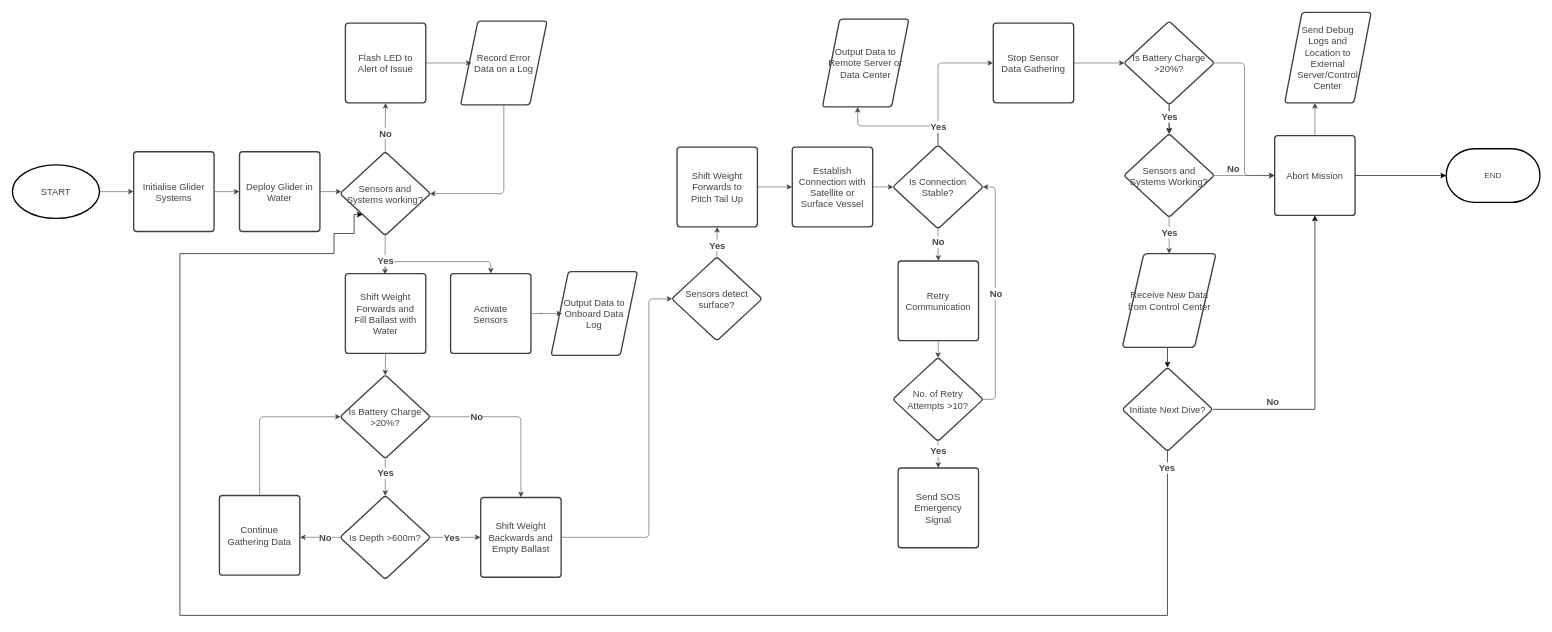
Earlier version of the draw.io diagram Diving Procedure.drawio (Schlubs/UnGlider-EPQ). Source tidied: cells renumbered, new cells numbered last; positions are measured from the earlier drawing's top-left corner, leaving out a move shared by most shapes. Both pictures are drawn from the tidied source at 67%, with x=0, y=0 at pixel (12, 12).
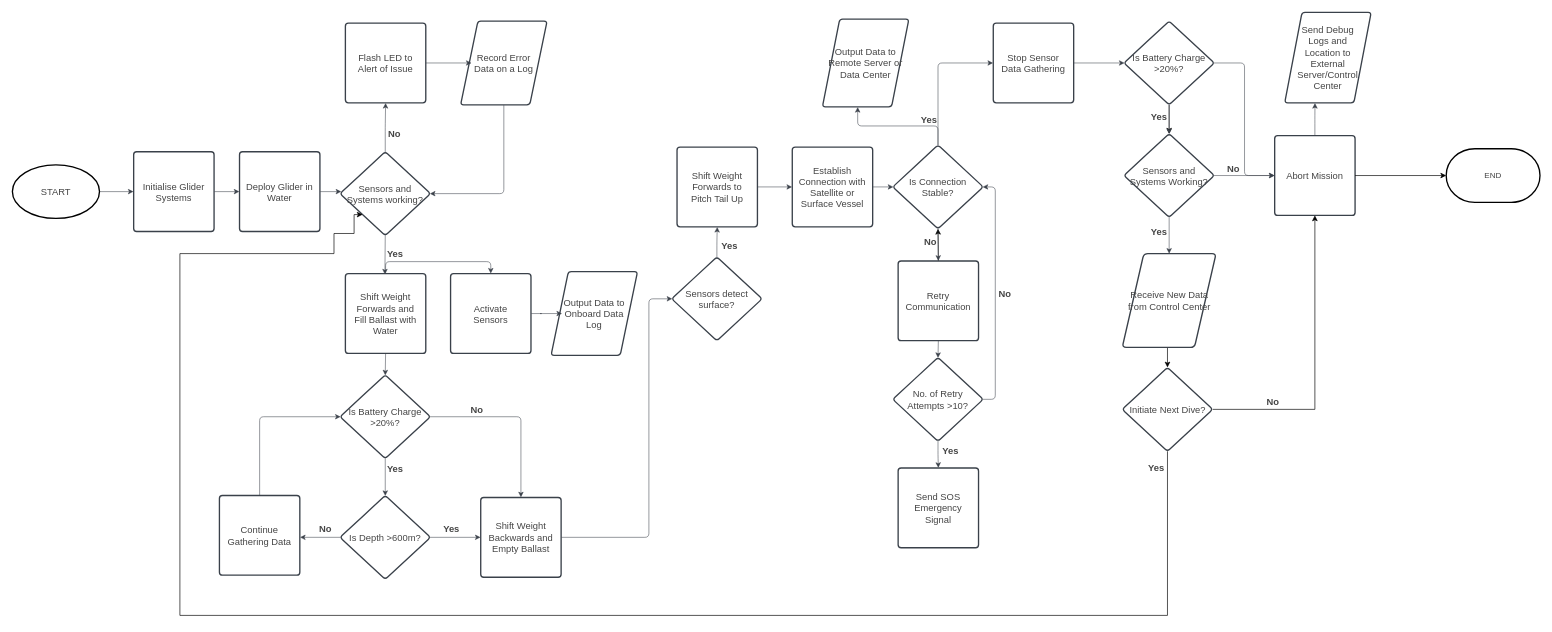
After the change.

Unchanged cells that the change refers to:
```xml
<mxCell id="14" style="html=1;jettySize=18;whiteSpace=wrap;fontSize=14;fontColor=#454545;fontStyle=1;strokeColor=#3a414a;strokeOpacity=100;strokeWidth=0.8;rounded=1;arcSize=12;edgeStyle=orthogonalEdgeStyle;startArrow=none;exitX=0.5;exitY=0.005;exitPerimeter=0;entryX=0.5;entryY=1.003;entryPerimeter=0;lucidId=aJTVHtj84Zk9;" parent="1" edge="1" source="9" target="11">
  <mxGeometry relative="1" as="geometry" />
</mxCell>
<mxCell id="16" style="html=1;jettySize=18;whiteSpace=wrap;fontSize=14;fontColor=#454545;fontStyle=1;strokeColor=#3a414a;strokeOpacity=100;strokeWidth=0.8;rounded=1;arcSize=12;edgeStyle=orthogonalEdgeStyle;startArrow=none;exitX=0.5;exitY=0.995;exitPerimeter=0;lucidId=gKTVoc-PtiHA;" parent="1" edge="1" source="9">
  <mxGeometry relative="1" as="geometry">
    <mxPoint x="556" y="391" as="targetPoint" />
  </mxGeometry>
</mxCell>
<mxCell id="26" style="html=1;jettySize=18;whiteSpace=wrap;fontSize=14;fontColor=#454545;fontStyle=1;strokeColor=#3a414a;strokeOpacity=100;strokeWidth=0.8;rounded=1;arcSize=12;edgeStyle=orthogonalEdgeStyle;startArrow=none;exitX=0.5;exitY=0.995;exitPerimeter=0;entryX=0.5;entryY=0.005;entryPerimeter=0;lucidId=KTTVAaDr_~iQ;" parent="1" edge="1" source="22" target="25">
  <mxGeometry relative="1" as="geometry" />
</mxCell>
<mxCell id="29" style="html=1;jettySize=18;whiteSpace=wrap;fontSize=14;fontColor=#454545;fontStyle=1;strokeColor=#3a414a;strokeOpacity=100;strokeWidth=0.8;rounded=1;arcSize=12;edgeStyle=orthogonalEdgeStyle;startArrow=none;exitX=0.006;exitY=0.5;exitPerimeter=0;entryX=1.003;entryY=0.525;entryPerimeter=0;lucidId=Q2TVcN1D2rXm;" parent="1" edge="1" source="25" target="24">
  <mxGeometry relative="1" as="geometry" />
</mxCell>
<mxCell id="32" style="html=1;jettySize=18;whiteSpace=wrap;fontSize=14;fontColor=#454545;fontStyle=1;strokeColor=#3a414a;strokeOpacity=100;strokeWidth=0.8;rounded=1;arcSize=12;edgeStyle=orthogonalEdgeStyle;startArrow=none;exitX=0.994;exitY=0.5;exitPerimeter=0;entryX=-0.003;entryY=0.5;entryPerimeter=0;lucidId=ScUVHS3gC8ee;" parent="1" edge="1" source="25" target="28">
  <mxGeometry relative="1" as="geometry" />
</mxCell>
<mxCell id="34" style="html=1;jettySize=18;whiteSpace=wrap;fontSize=14;fontColor=#454545;fontStyle=1;strokeColor=#3a414a;strokeOpacity=100;strokeWidth=0.8;rounded=1;arcSize=12;edgeStyle=orthogonalEdgeStyle;startArrow=none;exitX=0.994;exitY=0.5;exitPerimeter=0;entryX=0.5;entryY=-0.003;entryPerimeter=0;lucidId=4cUVZg3LoazD;" parent="1" edge="1" source="22" target="28">
  <mxGeometry relative="1" as="geometry" />
</mxCell>
<mxCell id="40" style="html=1;jettySize=18;whiteSpace=wrap;fontSize=14;fontColor=#454545;fontStyle=1;strokeColor=#3a414a;strokeOpacity=100;strokeWidth=0.8;rounded=1;arcSize=12;edgeStyle=orthogonalEdgeStyle;startArrow=none;exitX=0.5;exitY=0.005;exitPerimeter=0;entryX=0.5;entryY=1.003;entryPerimeter=0;lucidId=_hUVAqHsgBwF;" parent="1" edge="1" source="36" target="38">
  <mxGeometry relative="1" as="geometry" />
</mxCell>
<mxCell id="43" value="Is Connection Stable?" style="html=1;overflow=block;blockSpacing=1;whiteSpace=wrap;rhombus;fontSize=14;fontColor=#454545;spacing=3.8;strokeColor=#3a414a;strokeOpacity=100;fillOpacity=100;rounded=1;absoluteArcSize=1;arcSize=9;fillColor=#ffffff;strokeWidth=2;lucidId=CiUVsbAx1R4J;" parent="1" vertex="1">
  <mxGeometry x="1314" y="198" width="135" height="125" as="geometry" />
</mxCell>
<mxCell id="45" value="Retry Communication" style="html=1;overflow=block;blockSpacing=1;whiteSpace=wrap;fontSize=14;fontColor=#454545;spacing=9;strokeColor=#3a414a;strokeOpacity=100;fillOpacity=100;rounded=1;absoluteArcSize=1;arcSize=9;fillColor=#ffffff;strokeWidth=2;lucidId=utUVE7nfj1N7;" parent="1" vertex="1">
  <mxGeometry x="1322" y="371" width="120" height="119" as="geometry" />
</mxCell>
<mxCell id="46" style="html=1;jettySize=18;whiteSpace=wrap;fontSize=14;fontColor=#454545;fontStyle=1;strokeColor=#3a414a;strokeOpacity=100;strokeWidth=0.8;rounded=1;arcSize=12;edgeStyle=orthogonalEdgeStyle;startArrow=none;exitX=0.5;exitY=0.995;exitPerimeter=0;entryX=0.5;entryY=-0.003;entryPerimeter=0;lucidId=pvUV3uXuMXPS;" parent="1" edge="1" source="43" target="45">
  <mxGeometry relative="1" as="geometry" />
</mxCell>
<mxCell id="50" style="html=1;jettySize=18;whiteSpace=wrap;fontSize=14;fontColor=#454545;fontStyle=1;strokeColor=#3a414a;strokeOpacity=100;strokeWidth=0.8;rounded=1;arcSize=12;edgeStyle=orthogonalEdgeStyle;startArrow=none;exitX=0.994;exitY=0.5;exitPerimeter=0;entryX=0.994;entryY=0.5;entryPerimeter=0;lucidId=rDUVps.Rehkx;" parent="1" edge="1" source="49" target="43">
  <mxGeometry relative="1" as="geometry" />
</mxCell>
<mxCell id="53" style="html=1;jettySize=18;whiteSpace=wrap;fontSize=14;fontColor=#454545;fontStyle=1;strokeColor=#3a414a;strokeOpacity=100;strokeWidth=0.8;rounded=1;arcSize=12;edgeStyle=orthogonalEdgeStyle;startArrow=none;exitX=0.5;exitY=0.995;exitPerimeter=0;entryX=0.5;entryY=-0.003;entryPerimeter=0;lucidId=3DUVM_oiQbUb;" parent="1" edge="1" source="49" target="52">
  <mxGeometry relative="1" as="geometry" />
</mxCell>
<mxCell id="56" style="html=1;jettySize=18;whiteSpace=wrap;fontSize=14;fontColor=#454545;fontStyle=1;strokeColor=#3a414a;strokeOpacity=100;strokeWidth=0.8;rounded=1;arcSize=12;edgeStyle=orthogonalEdgeStyle;startArrow=none;exitX=0.5;exitY=0.005;exitPerimeter=0;entryX=0.408;entryY=1.003;entryPerimeter=0;lucidId=vGUVwyQjZNi~;" parent="1" edge="1" source="43" target="55">
  <mxGeometry relative="1" as="geometry" />
</mxCell>
<mxCell id="63" style="html=1;jettySize=18;whiteSpace=wrap;fontSize=14;fontColor=#454545;fontStyle=1;strokeColor=#3a414a;strokeOpacity=100;strokeWidth=0.8;rounded=1;arcSize=12;edgeStyle=orthogonalEdgeStyle;startArrow=none;exitX=0.5;exitY=0.995;exitPerimeter=0;entryX=0.5;entryY=0.005;entryPerimeter=0;lucidId=SNUVm87.o8OP;" parent="1" edge="1" source="60" target="58">
  <mxGeometry relative="1" as="geometry" />
</mxCell>
<mxCell id="71" style="html=1;jettySize=18;whiteSpace=wrap;fontSize=14;fontColor=#454545;fontStyle=1;strokeColor=#3a414a;strokeOpacity=100;strokeWidth=0.8;rounded=1;arcSize=12;edgeStyle=orthogonalEdgeStyle;startArrow=none;exitX=0.5;exitY=0.995;exitPerimeter=0;entryX=0.5;entryY=0;lucidId=gYUV-vHolZjt;entryDx=0;entryDy=0;" parent="1" edge="1" source="58" target="75">
  <mxGeometry relative="1" as="geometry" />
</mxCell>
```

Change to the diagram source:
```diff
@@
-    <mxCell id="15" value="No" style="text;html=1;labelBackgroundColor=default;align=center;verticalAlign=middle;fontStyle=1;fontColor=#454545;fontSize=14;" parent="14" vertex="1">
-      <mxGeometry x="-0.23" relative="1" as="geometry" />
+    <mxCell id="15" value="No" style="text;html=1;labelBackgroundColor=none;align=center;verticalAlign=middle;fontStyle=1;fontColor=#454545;fontSize=14;" parent="14" vertex="1">
+      <mxGeometry x="-0.23" relative="1" as="geometry">
+        <mxPoint x="13" y="1" as="offset" />
+      </mxGeometry>
     </mxCell>
@@
-    <mxCell id="17" value="Yes" style="text;html=1;labelBackgroundColor=default;align=center;verticalAlign=middle;fontStyle=1;fontColor=#454545;fontSize=14;" parent="16" vertex="1">
+    <mxCell id="17" value="Yes" style="text;html=1;labelBackgroundColor=none;align=center;verticalAlign=middle;fontStyle=1;fontColor=#454545;fontSize=14;" parent="16" vertex="1">
       <mxGeometry relative="1" as="geometry">
-        <mxPoint y="9" as="offset" />
+        <mxPoint x="14" y="-2" as="offset" />
       </mxGeometry>
     </mxCell>
@@
-    <mxCell id="27" value="Yes" style="text;html=1;labelBackgroundColor=default;align=center;verticalAlign=middle;fontStyle=1;fontColor=#454545;fontSize=14;" parent="26" vertex="1">
-      <mxGeometry x="-0.22" relative="1" as="geometry" />
+    <mxCell id="27" value="Yes" style="text;html=1;labelBackgroundColor=none;align=center;verticalAlign=middle;fontStyle=1;fontColor=#454545;fontSize=14;" parent="26" vertex="1">
+      <mxGeometry x="-0.22" relative="1" as="geometry">
+        <mxPoint x="14" y="-7" as="offset" />
+      </mxGeometry>
     </mxCell>
@@
-    <mxCell id="30" value="No" style="text;html=1;labelBackgroundColor=default;align=center;verticalAlign=middle;fontStyle=1;fontColor=#454545;fontSize=14;" parent="29" vertex="1">
-      <mxGeometry x="-0.25" relative="1" as="geometry" />
+    <mxCell id="30" value="No" style="text;html=1;labelBackgroundColor=none;align=center;verticalAlign=middle;fontStyle=1;fontColor=#454545;fontSize=14;" parent="29" vertex="1">
+      <mxGeometry x="-0.25" relative="1" as="geometry">
+        <mxPoint y="-13" as="offset" />
+      </mxGeometry>
     </mxCell>
@@
-    <mxCell id="33" value="Yes" style="text;html=1;labelBackgroundColor=default;align=center;verticalAlign=middle;fontStyle=1;fontColor=#454545;fontSize=14;" parent="32" vertex="1">
-      <mxGeometry x="-0.16" relative="1" as="geometry" />
+    <mxCell id="33" value="Yes" style="text;html=1;labelBackgroundColor=none;align=center;verticalAlign=middle;fontStyle=1;fontColor=#454545;fontSize=14;" parent="32" vertex="1">
+      <mxGeometry x="-0.16" relative="1" as="geometry">
+        <mxPoint x="-1" y="-13" as="offset" />
+      </mxGeometry>
     </mxCell>
@@
-    <mxCell id="35" value="No" style="text;html=1;labelBackgroundColor=default;align=center;verticalAlign=middle;fontStyle=1;fontColor=#454545;fontSize=14;" parent="34" vertex="1">
-      <mxGeometry x="-0.46" relative="1" as="geometry" />
+    <mxCell id="35" value="No" style="text;html=1;labelBackgroundColor=none;align=center;verticalAlign=middle;fontStyle=1;fontColor=#454545;fontSize=14;" parent="34" vertex="1">
+      <mxGeometry x="-0.46" relative="1" as="geometry">
+        <mxPoint y="-11" as="offset" />
+      </mxGeometry>
     </mxCell>
@@
-    <mxCell id="41" value="Yes" style="text;html=1;labelBackgroundColor=default;align=center;verticalAlign=middle;fontStyle=1;fontColor=#454545;fontSize=14;" parent="40" vertex="1">
-      <mxGeometry x="-0.22" relative="1" as="geometry" />
+    <mxCell id="41" value="Yes" style="text;html=1;labelBackgroundColor=none;align=center;verticalAlign=middle;fontStyle=1;fontColor=#454545;fontSize=14;" parent="40" vertex="1">
+      <mxGeometry x="-0.22" relative="1" as="geometry">
+        <mxPoint x="18" as="offset" />
+      </mxGeometry>
     </mxCell>
@@
+    <mxCell id="83" style="edgeStyle=orthogonalEdgeStyle;rounded=0;jettySize=auto;html=1;" parent="1" edge="1" source="45" target="43">
+      <mxGeometry relative="1" as="geometry" />
+    </mxCell>
@@
-    <mxCell id="47" value="No" style="text;html=1;labelBackgroundColor=default;align=center;verticalAlign=middle;fontStyle=1;fontColor=#454545;fontSize=14;" parent="46" vertex="1">
-      <mxGeometry x="-0.2" relative="1" as="geometry" />
+    <mxCell id="47" value="No" style="text;html=1;labelBackgroundColor=none;align=center;verticalAlign=middle;fontStyle=1;fontColor=#454545;fontSize=14;" parent="46" vertex="1">
+      <mxGeometry x="-0.2" relative="1" as="geometry">
+        <mxPoint x="-12" y="-1" as="offset" />
+      </mxGeometry>
     </mxCell>
@@
-    <mxCell id="51" value="No" style="text;html=1;labelBackgroundColor=default;align=center;verticalAlign=middle;fontStyle=1;fontColor=#454545;fontSize=14;" parent="50" vertex="1">
-      <mxGeometry relative="1" as="geometry" />
+    <mxCell id="51" value="No" style="text;html=1;labelBackgroundColor=none;align=center;verticalAlign=middle;fontStyle=1;fontColor=#454545;fontSize=14;" parent="50" vertex="1">
+      <mxGeometry relative="1" as="geometry">
+        <mxPoint x="13" as="offset" />
+      </mxGeometry>
     </mxCell>
@@
-    <mxCell id="54" value="Yes" style="text;html=1;labelBackgroundColor=default;align=center;verticalAlign=middle;fontStyle=1;fontColor=#454545;fontSize=14;" parent="53" vertex="1">
-      <mxGeometry x="-0.26" relative="1" as="geometry" />
+    <mxCell id="54" value="Yes" style="text;html=1;labelBackgroundColor=none;align=center;verticalAlign=middle;fontStyle=1;fontColor=#454545;fontSize=14;" parent="53" vertex="1">
+      <mxGeometry x="-0.26" relative="1" as="geometry">
+        <mxPoint x="18" as="offset" />
+      </mxGeometry>
     </mxCell>
@@
-    <mxCell id="57" value="Yes" style="text;html=1;labelBackgroundColor=default;align=center;verticalAlign=middle;fontStyle=1;fontColor=#454545;fontSize=14;" parent="56" vertex="1">
-      <mxGeometry x="-0.68" relative="1" as="geometry" />
+    <mxCell id="57" value="Yes" style="text;html=1;labelBackgroundColor=none;align=center;verticalAlign=middle;fontStyle=1;fontColor=#454545;fontSize=14;" parent="56" vertex="1">
+      <mxGeometry x="-0.68" relative="1" as="geometry">
+        <mxPoint x="-14" y="-10" as="offset" />
+      </mxGeometry>
     </mxCell>
@@
-    <mxCell id="64" value="Yes" style="text;html=1;labelBackgroundColor=default;align=center;verticalAlign=middle;fontStyle=1;fontColor=#454545;fontSize=14;" parent="63" vertex="1">
-      <mxGeometry x="-0.2" relative="1" as="geometry" />
+    <mxCell id="64" value="Yes" style="text;html=1;labelBackgroundColor=none;align=center;verticalAlign=middle;fontStyle=1;fontColor=#454545;fontSize=14;" parent="63" vertex="1">
+      <mxGeometry x="-0.2" relative="1" as="geometry">
+        <mxPoint x="-16" as="offset" />
+      </mxGeometry>
     </mxCell>
@@
-    <mxCell id="72" value="Yes" style="text;html=1;labelBackgroundColor=default;align=center;verticalAlign=middle;fontStyle=1;fontColor=#454545;fontSize=14;" parent="71" vertex="1">
-      <mxGeometry x="-0.17" relative="1" as="geometry" />
+    <mxCell id="72" value="Yes" style="text;html=1;labelBackgroundColor=none;align=center;verticalAlign=middle;fontStyle=1;fontColor=#454545;fontSize=14;" parent="71" vertex="1">
+      <mxGeometry x="-0.17" relative="1" as="geometry">
+        <mxPoint x="-16" y="-1" as="offset" />
+      </mxGeometry>
     </mxCell>
@@
-    <mxCell id="82" value="Yes" style="text;html=1;labelBackgroundColor=default;align=center;verticalAlign=middle;fontStyle=1;fontColor=#454545;fontSize=14;" parent="1" vertex="1">
-      <mxGeometry x="1726.5" y="327" as="geometry">
+    <mxCell id="82" value="Yes" style="text;html=1;labelBackgroundColor=none;align=center;verticalAlign=middle;fontStyle=1;fontColor=#454545;fontSize=14;" parent="1" vertex="1">
+      <mxGeometry x="1710" y="327" as="geometry">
         <mxPoint x="-4" y="352" as="offset" />
       </mxGeometry>
     </mxCell>
```
